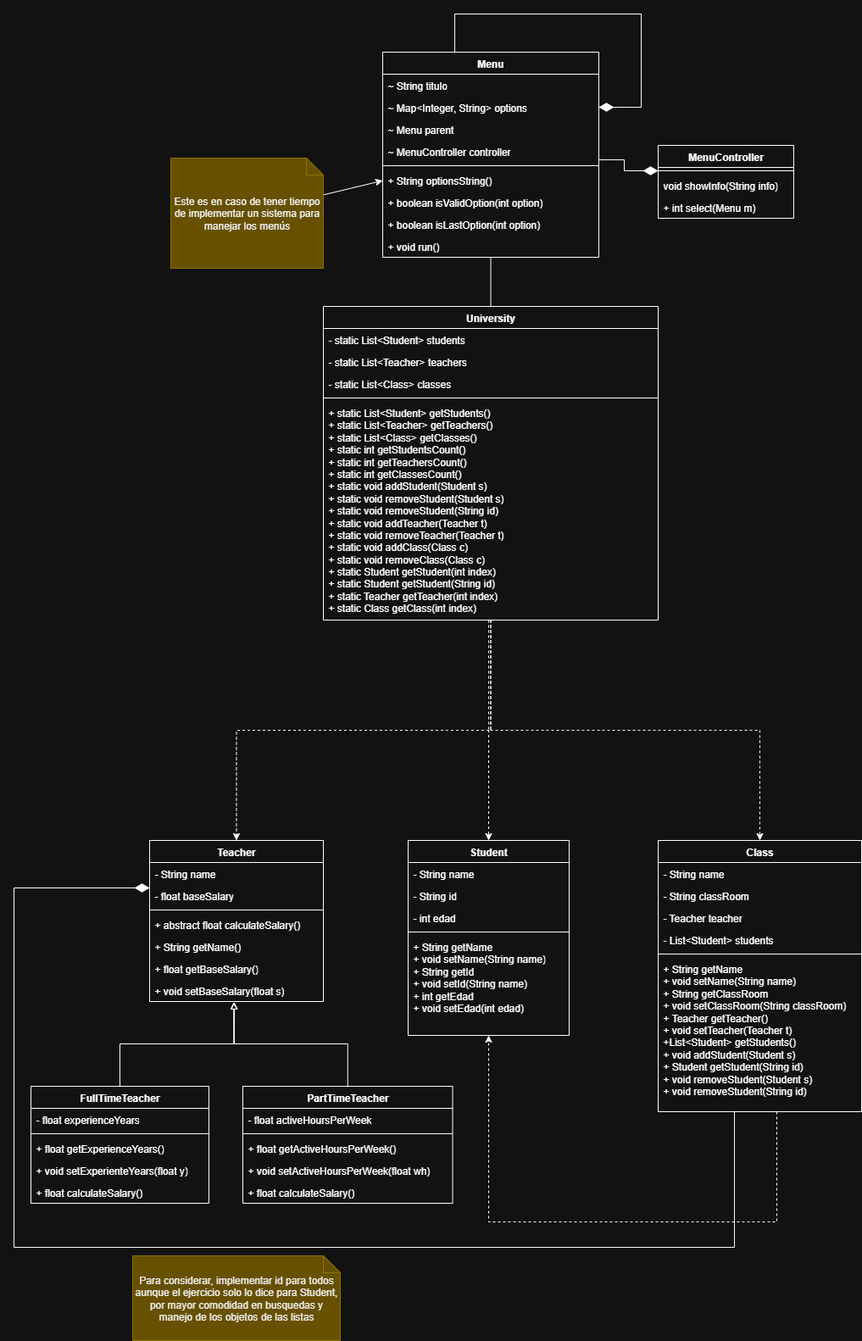
The draw.io diagram diagrams/ClassesDiagram.png in CarlosDRomero/JavaFinalExercise, before a commit. Source tidied: cells renumbered, new cells last; positions are measured from the earlier drawing's top-left corner, leaving out a move shared by most shapes.
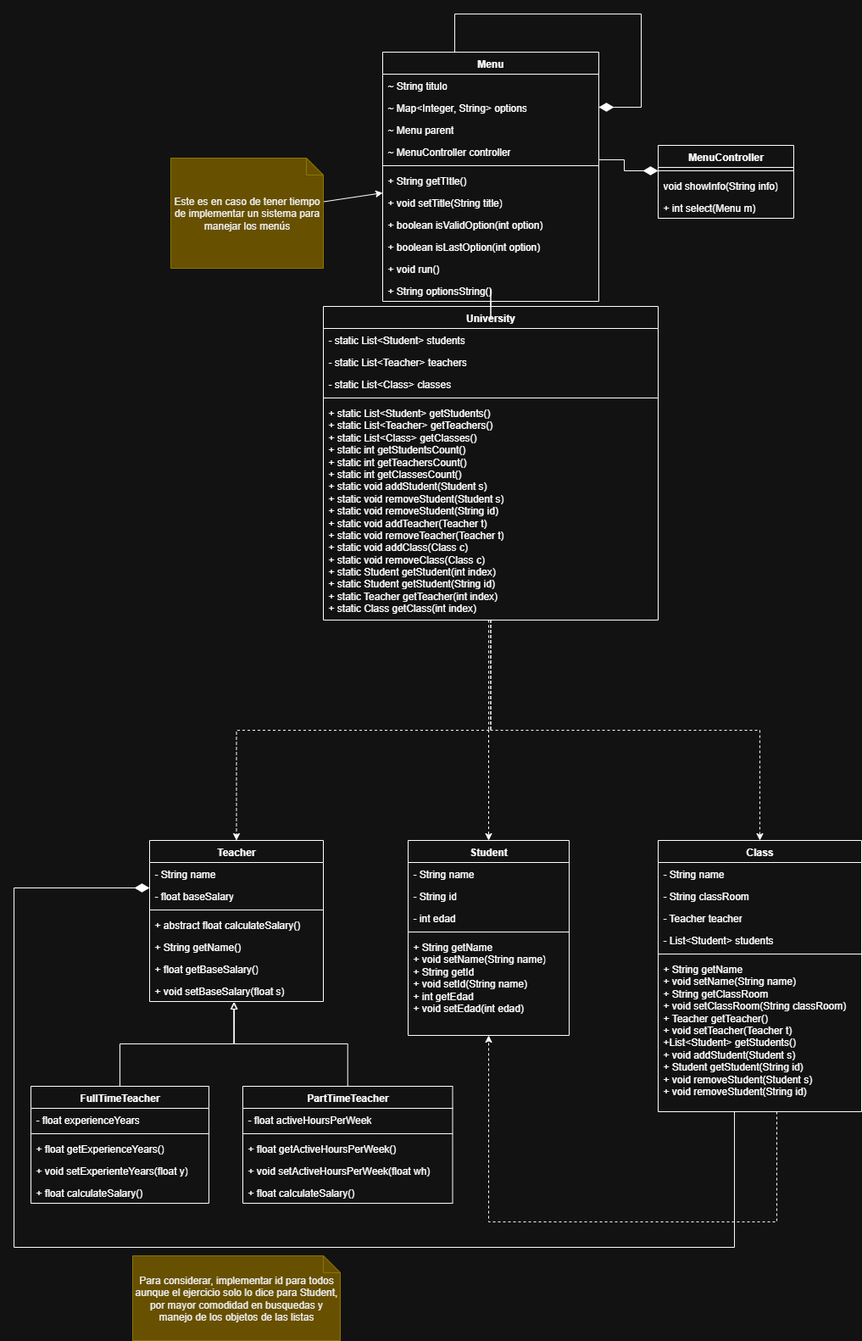
Later version of the same file.

The edit, as a diff of the source:
```diff
@@ -160,7 +160,7 @@
       <mxGeometry relative="1" as="geometry" />
     </mxCell>
     <mxCell id="49" value="Menu" style="swimlane;fontStyle=1;align=center;verticalAlign=top;horizontal=1;startSize=26;whiteSpace=wrap;html=1;" parent="1" vertex="1">
-      <mxGeometry x="435" y="45" width="255" height="242" as="geometry" />
+      <mxGeometry x="435" y="45" width="255" height="294" as="geometry" />
     </mxCell>
     <mxCell id="50" value="~ String titulo" style="text;strokeColor=none;fillColor=none;align=left;verticalAlign=top;spacingLeft=4;spacingRight=4;overflow=hidden;whiteSpace=wrap;html=1;" parent="49" vertex="1">
       <mxGeometry y="26" width="255" height="26" as="geometry" />
@@ -186,18 +186,24 @@
         </Array>
       </mxGeometry>
     </mxCell>
-    <mxCell id="56" value="+&amp;nbsp;String optionsString()" style="text;strokeColor=none;fillColor=none;align=left;verticalAlign=top;spacingLeft=4;spacingRight=4;overflow=hidden;whiteSpace=wrap;html=1;" parent="49" vertex="1">
+    <mxCell id="56" value="+ String getTItle()" style="text;strokeColor=none;fillColor=none;align=left;verticalAlign=top;spacingLeft=4;spacingRight=4;overflow=hidden;whiteSpace=wrap;html=1;" parent="49" vertex="1">
       <mxGeometry y="138" width="255" height="26" as="geometry" />
     </mxCell>
+    <mxCell id="68" value="+ void setTitle(String title)" style="text;strokeColor=none;fillColor=none;align=left;verticalAlign=top;spacingLeft=4;spacingRight=4;overflow=hidden;whiteSpace=wrap;html=1;" parent="49" vertex="1">
+      <mxGeometry y="164" width="255" height="26" as="geometry" />
+    </mxCell>
     <mxCell id="57" value="+&amp;nbsp;boolean isValidOption(int option)" style="text;strokeColor=none;fillColor=none;align=left;verticalAlign=top;spacingLeft=4;spacingRight=4;overflow=hidden;whiteSpace=wrap;html=1;" parent="49" vertex="1">
-      <mxGeometry y="164" width="255" height="26" as="geometry" />
+      <mxGeometry y="190" width="255" height="26" as="geometry" />
     </mxCell>
     <mxCell id="58" value="+&amp;nbsp;boolean isLastOption(int option)" style="text;strokeColor=none;fillColor=none;align=left;verticalAlign=top;spacingLeft=4;spacingRight=4;overflow=hidden;whiteSpace=wrap;html=1;" parent="49" vertex="1">
-      <mxGeometry y="190" width="255" height="26" as="geometry" />
+      <mxGeometry y="216" width="255" height="26" as="geometry" />
     </mxCell>
     <mxCell id="59" value="+ void run()" style="text;strokeColor=none;fillColor=none;align=left;verticalAlign=top;spacingLeft=4;spacingRight=4;overflow=hidden;whiteSpace=wrap;html=1;" parent="49" vertex="1">
-      <mxGeometry y="216" width="255" height="26" as="geometry" />
+      <mxGeometry y="242" width="255" height="26" as="geometry" />
     </mxCell>
+    <mxCell id="69" value="+&amp;nbsp;String optionsString()" style="text;strokeColor=none;fillColor=none;align=left;verticalAlign=top;spacingLeft=4;spacingRight=4;overflow=hidden;whiteSpace=wrap;html=1;" parent="49" vertex="1">
+      <mxGeometry y="268" width="255" height="26" as="geometry" />
+    </mxCell>
     <mxCell id="60" style="rounded=0;jettySize=auto;html=1;" parent="1" edge="1" source="61" target="49">
       <mxGeometry relative="1" as="geometry" />
     </mxCell>
```
